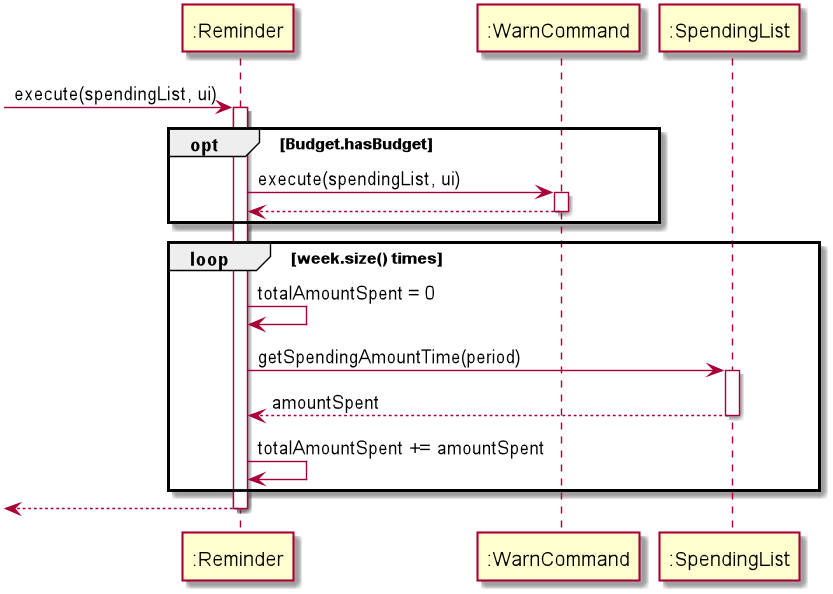
Earlier version of the PlantUML export docs/images/reminder.png (xieyaoyue/tp). Its source is kept beside it as src/uml/reminder.puml. Its diagram source:
```plantuml
@startuml


->":Reminder" : execute(spendingList, ui)

activate ":Reminder"

opt Budget.hasBudget
":Reminder" -> ":WarnCommand" : execute(spendingList, ui)
activate ":WarnCommand"
":WarnCommand" --> ":Reminder"
deactivate ":WarnCommand"
end

loop week.size() times
":Reminder" -> ":Reminder" : totalAmountSpent = 0
":Reminder" -> ":SpendingList" : getSpendingAmountTime(period)
activate ":SpendingList"
":SpendingList" --> ":Reminder" : amountSpent
deactivate ":SpendingList"

":Reminder" -> ":Reminder" :totalAmountSpent += amountSpent

end


<-- ":Reminder"
deactivate ":Reminder"

@enduml
```
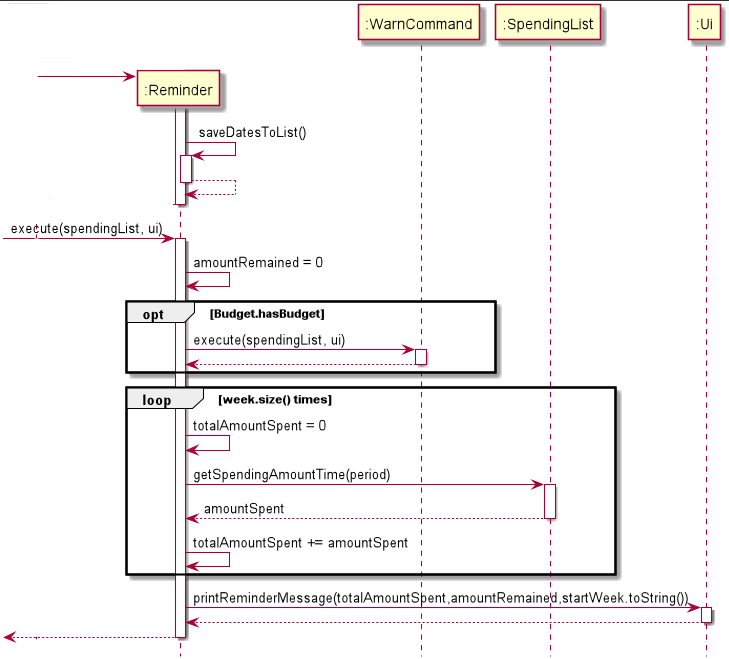
After the commit.

Commit message:
edit uml diagram

Diff of the diagram source:
```diff
@@ -1,9 +1,24 @@
 @startuml
+hide footbox
+
+":Duke" -> ":Reminder"
+create ":Reminder"
+":Duke" -> ":Reminder"
+activate ":Reminder"
+
+":Reminder" -> ":Reminder" : saveDatesToList()
+activate ":Reminder"
+":Reminder" --> ":Reminder"
+deactivate ":Reminder"
+":Reminder" --> ":Duke"
+deactivate ":Reminder"
 
 
 ->":Reminder" : execute(spendingList, ui)
 
 activate ":Reminder"
+
+":Reminder" -> ":Reminder" : amountRemained = 0
 
 opt Budget.hasBudget
 ":Reminder" -> ":WarnCommand" : execute(spendingList, ui)
@@ -23,7 +38,10 @@
 
 end
 
-
+":Reminder" -> ":Ui" : printReminderMessage(totalAmountSpent,amountRemained,startWeek.toString())
+activate ":Ui"
+":Ui" --> ":Reminder"
+deactivate ":Ui"
 <-- ":Reminder"
 deactivate ":Reminder"
 
```
